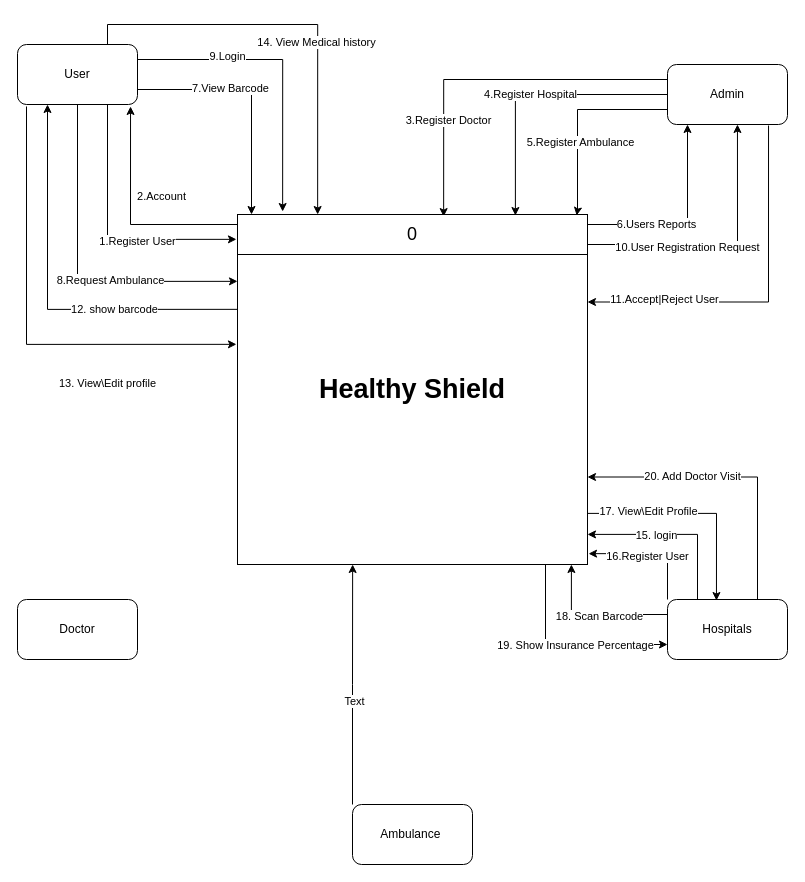
This is Context.drawio from abdelrahmanbonna/Healthy_Shield_Analysis, a draw.io file, before an edit. Source tidied: cells renumbered, new cells numbered last; positions are measured from the earlier drawing's top-left corner, leaving out a move shared by most shapes. Both pictures are drawn from the tidied source at 100%, with x=0, y=0 at pixel (17, 44).
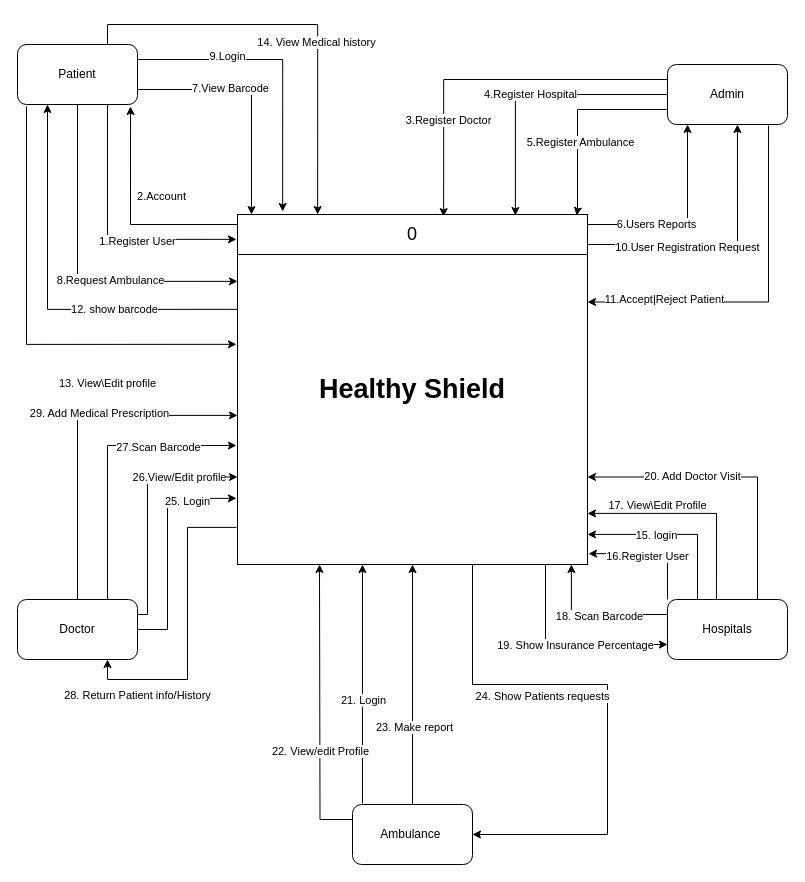
Above is the later version.

The change refers to these unchanged cells:
```xml
<mxCell id="10" value="&lt;font style=&quot;font-size: 27px&quot;&gt;&lt;b&gt;Healthy Shield&lt;/b&gt;&lt;/font&gt;" style="whiteSpace=wrap;html=1;" parent="1" vertex="1">
  <mxGeometry x="220" y="170" width="350" height="350" as="geometry" />
</mxCell>
<mxCell id="22" value="Doctor" style="rounded=1;whiteSpace=wrap;html=1;" parent="1" vertex="1">
  <mxGeometry y="555" width="120" height="60" as="geometry" />
</mxCell>
<mxCell id="31" value="Hospitals" style="rounded=1;whiteSpace=wrap;html=1;" parent="1" vertex="1">
  <mxGeometry x="650" y="555" width="120" height="60" as="geometry" />
</mxCell>
<mxCell id="34" value="Ambulance&amp;nbsp;" style="rounded=1;whiteSpace=wrap;html=1;" parent="1" vertex="1">
  <mxGeometry x="335" y="760" width="120" height="60" as="geometry" />
</mxCell>
<mxCell id="40" style="edgeStyle=orthogonalEdgeStyle;rounded=0;jettySize=auto;html=1;exitX=0.842;exitY=1.017;exitDx=0;exitDy=0;entryX=1;entryY=0.25;entryDx=0;entryDy=0;exitPerimeter=0;" parent="1" edge="1" source="42" target="10">
  <mxGeometry relative="1" as="geometry" />
</mxCell>
```

Change to the diagram source:
```diff
@@
-    <mxCell id="6" style="edgeStyle=orthogonalEdgeStyle;rounded=0;jettySize=auto;html=1;exitX=1;exitY=0.854;exitDx=0;exitDy=0;entryX=0.408;entryY=0.017;entryDx=0;entryDy=0;entryPerimeter=0;exitPerimeter=0;" parent="1" edge="1" source="10" target="31">
+    <mxCell id="6" style="edgeStyle=orthogonalEdgeStyle;rounded=0;jettySize=auto;html=1;exitX=0.408;exitY=0.017;exitDx=0;exitDy=0;entryX=1;entryY=0.854;entryDx=0;entryDy=0;entryPerimeter=0;exitPerimeter=0;" parent="1" edge="1" source="31" target="10">
       <mxGeometry relative="1" as="geometry" />
     </mxCell>
     <mxCell id="7" value="17. View\Edit Profile" style="edgeLabel;html=1;align=center;verticalAlign=middle;" parent="6" vertex="1">
       <mxGeometry x="-0.63" y="2" relative="1" as="geometry">
-        <mxPoint x="20" as="offset" />
+        <mxPoint x="-57" y="-56" as="offset" />
       </mxGeometry>
     </mxCell>
@@
+    <mxCell id="50" style="edgeStyle=orthogonalEdgeStyle;rounded=0;jettySize=auto;html=1;exitX=-0.003;exitY=0.894;exitDx=0;exitDy=0;entryX=0.75;entryY=1;entryDx=0;entryDy=0;exitPerimeter=0;" parent="1" edge="1" source="10" target="22">
+      <mxGeometry relative="1" as="geometry" />
+    </mxCell>
+    <mxCell id="51" value="28. Return Patient info/History" style="edgeLabel;html=1;align=center;verticalAlign=middle;" parent="50" vertex="1">
+      <mxGeometry x="0.75" y="-1" relative="1" as="geometry">
+        <mxPoint x="11.9" y="16" as="offset" />
+      </mxGeometry>
+    </mxCell>
@@
-    <mxCell id="21" value="User" style="rounded=1;whiteSpace=wrap;html=1;" parent="1" vertex="1">
+    <mxCell id="21" value="Patient" style="rounded=1;whiteSpace=wrap;html=1;" parent="1" vertex="1">
       <mxGeometry width="120" height="60" as="geometry" />
     </mxCell>
+    <mxCell id="52" style="edgeStyle=orthogonalEdgeStyle;rounded=0;jettySize=auto;html=1;exitX=0.5;exitY=0;exitDx=0;exitDy=0;entryX=0;entryY=0.574;entryDx=0;entryDy=0;entryPerimeter=0;" parent="1" edge="1" source="22" target="10">
+      <mxGeometry relative="1" as="geometry" />
+    </mxCell>
+    <mxCell id="53" value="29. Add Medical Prescription" style="edgeLabel;html=1;align=center;verticalAlign=middle;" parent="52" vertex="1">
+      <mxGeometry x="0.07" y="-22" relative="1" as="geometry">
+        <mxPoint x="22" y="-24" as="offset" />
+      </mxGeometry>
+    </mxCell>
+    <mxCell id="54" style="edgeStyle=orthogonalEdgeStyle;rounded=0;jettySize=auto;html=1;exitX=0.75;exitY=0;exitDx=0;exitDy=0;entryX=-0.003;entryY=0.66;entryDx=0;entryDy=0;entryPerimeter=0;" parent="1" edge="1" source="22" target="10">
+      <mxGeometry relative="1" as="geometry" />
+    </mxCell>
+    <mxCell id="55" value="27.Scan Barcode" style="edgeLabel;html=1;align=center;verticalAlign=middle;" parent="54" vertex="1">
+      <mxGeometry x="0.08" y="-19" relative="1" as="geometry">
+        <mxPoint x="31" as="offset" />
+      </mxGeometry>
+    </mxCell>
+    <mxCell id="56" style="edgeStyle=orthogonalEdgeStyle;rounded=0;jettySize=auto;html=1;exitX=1;exitY=0.25;exitDx=0;exitDy=0;entryX=0;entryY=0.75;entryDx=0;entryDy=0;" parent="1" edge="1" source="22" target="10">
+      <mxGeometry relative="1" as="geometry">
+        <Array as="points">
+          <mxPoint x="130" y="570" />
+          <mxPoint x="130" y="433" />
+        </Array>
+      </mxGeometry>
+    </mxCell>
+    <mxCell id="57" value="26.View/Edit profile" style="edgeLabel;html=1;align=center;verticalAlign=middle;" parent="56" vertex="1">
+      <mxGeometry x="0.37" y="1" relative="1" as="geometry">
+        <mxPoint x="15.5" y="1" as="offset" />
+      </mxGeometry>
+    </mxCell>
+    <mxCell id="58" style="edgeStyle=orthogonalEdgeStyle;rounded=0;jettySize=auto;html=1;exitX=1;exitY=0.5;exitDx=0;exitDy=0;entryX=-0.003;entryY=0.811;entryDx=0;entryDy=0;entryPerimeter=0;" parent="1" edge="1" source="22" target="10">
+      <mxGeometry relative="1" as="geometry">
+        <Array as="points">
+          <mxPoint x="150" y="585" />
+          <mxPoint x="150" y="454" />
+        </Array>
+      </mxGeometry>
+    </mxCell>
+    <mxCell id="59" value="25. Login" style="edgeLabel;html=1;align=center;verticalAlign=middle;" parent="58" vertex="1">
+      <mxGeometry x="0.57" y="-3" relative="1" as="geometry" />
+    </mxCell>
@@
-    <mxCell id="32" style="edgeStyle=orthogonalEdgeStyle;rounded=0;jettySize=auto;html=1;exitX=0;exitY=0;exitDx=0;exitDy=0;entryX=0.329;entryY=1;entryDx=0;entryDy=0;entryPerimeter=0;" parent="1" edge="1" source="34" target="10">
+    <mxCell id="32" style="edgeStyle=orthogonalEdgeStyle;rounded=0;jettySize=auto;html=1;exitX=0.083;exitY=-0.017;exitDx=0;exitDy=0;entryX=0.357;entryY=1;entryDx=0;entryDy=0;entryPerimeter=0;exitPerimeter=0;" parent="1" edge="1" source="34" target="10">
       <mxGeometry relative="1" as="geometry" />
     </mxCell>
-    <mxCell id="33" value="Text" style="edgeLabel;html=1;align=center;verticalAlign=middle;" parent="32" vertex="1">
+    <mxCell id="33" value="21. Login" style="edgeLabel;html=1;align=center;verticalAlign=middle;" parent="32" vertex="1">
       <mxGeometry y="-16" relative="1" as="geometry">
         <mxPoint x="-15" y="16" as="offset" />
       </mxGeometry>
     </mxCell>
+    <mxCell id="60" style="edgeStyle=orthogonalEdgeStyle;rounded=0;jettySize=auto;html=1;exitX=0;exitY=0.25;exitDx=0;exitDy=0;" parent="1" edge="1" source="34">
+      <mxGeometry relative="1" as="geometry">
+        <mxPoint x="302" y="520" as="targetPoint" />
+      </mxGeometry>
+    </mxCell>
+    <mxCell id="61" value="22. View/edit Profile" style="edgeLabel;html=1;align=center;verticalAlign=middle;" parent="60" vertex="1">
+      <mxGeometry x="-0.3" relative="1" as="geometry" />
+    </mxCell>
+    <mxCell id="62" style="edgeStyle=orthogonalEdgeStyle;rounded=0;jettySize=auto;html=1;exitX=0.5;exitY=0;exitDx=0;exitDy=0;entryX=0.5;entryY=1;entryDx=0;entryDy=0;" parent="1" edge="1" source="34" target="10">
+      <mxGeometry relative="1" as="geometry" />
+    </mxCell>
+    <mxCell id="63" value="23. Make report" style="edgeLabel;html=1;align=center;verticalAlign=middle;" parent="62" vertex="1">
+      <mxGeometry x="-0.35" y="-1" relative="1" as="geometry" />
+    </mxCell>
+    <mxCell id="64" style="edgeStyle=orthogonalEdgeStyle;rounded=0;jettySize=auto;html=1;entryX=1;entryY=0.5;entryDx=0;entryDy=0;" parent="1" edge="1" source="10" target="34">
+      <mxGeometry relative="1" as="geometry">
+        <Array as="points">
+          <mxPoint x="455" y="640" />
+          <mxPoint x="590" y="640" />
+          <mxPoint x="590" y="790" />
+        </Array>
+      </mxGeometry>
+    </mxCell>
+    <mxCell id="65" value="24. Show Patients requests" style="edgeLabel;html=1;align=center;verticalAlign=middle;" parent="64" vertex="1">
+      <mxGeometry x="-0.3" y="2" relative="1" as="geometry">
+        <mxPoint y="13" as="offset" />
+      </mxGeometry>
+    </mxCell>
@@
-    <mxCell id="41" value="11.Accept|Reject User" style="edgeLabel;html=1;align=center;verticalAlign=middle;" parent="40" vertex="1">
+    <mxCell id="41" value="11.Accept|Reject Patient" style="edgeLabel;html=1;align=center;verticalAlign=middle;" parent="40" vertex="1">
       <mxGeometry x="0.57" y="-3" relative="1" as="geometry" />
     </mxCell>
```
